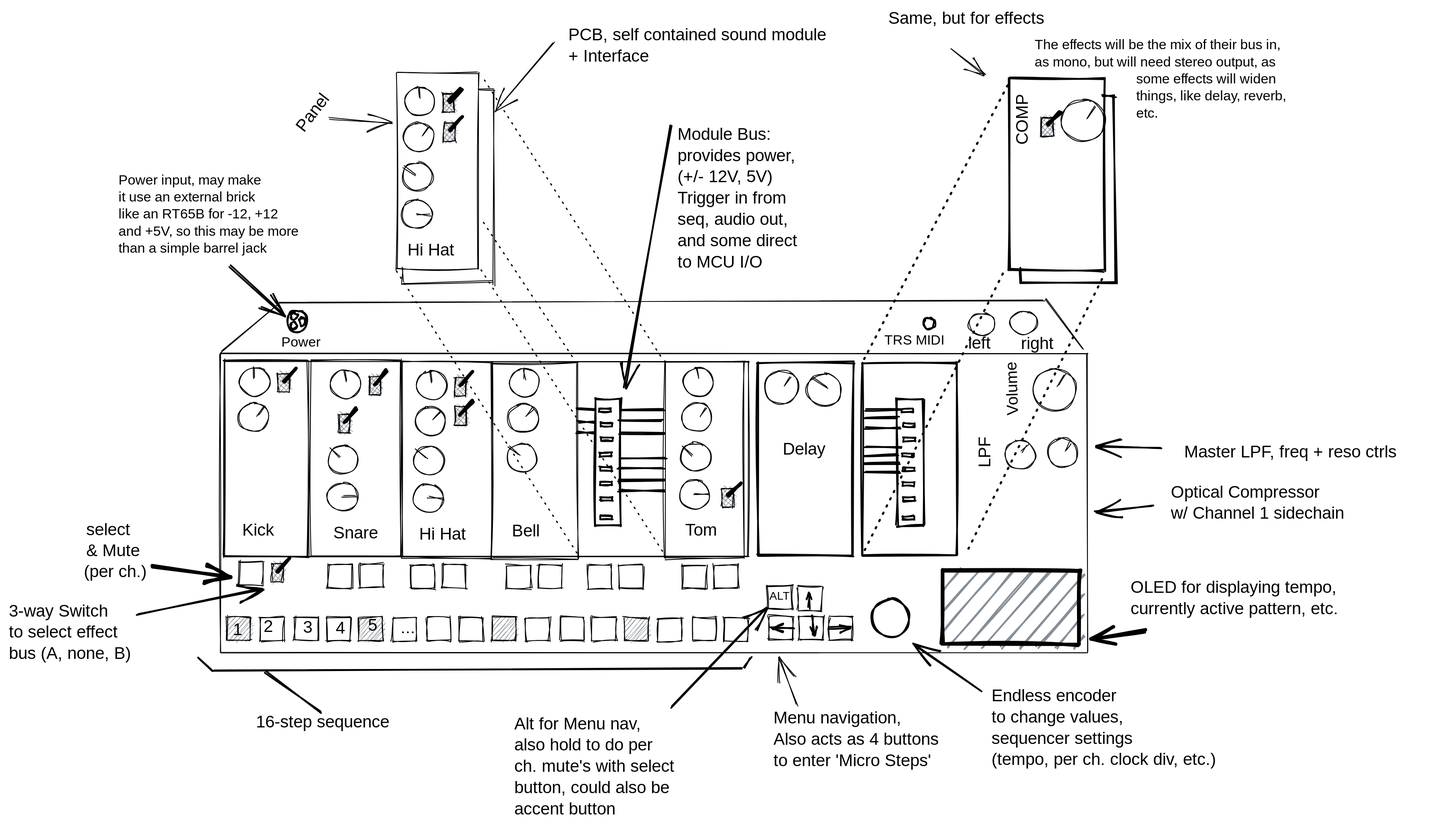
Earlier version of the Excalidraw export exclidraw.svg (VegaDeftwing/AnalogDrumMachine). Source tidied: one line per element, renumbered; positions are measured from the earlier drawing's top-left corner, leaving out a move shared by most shapes.
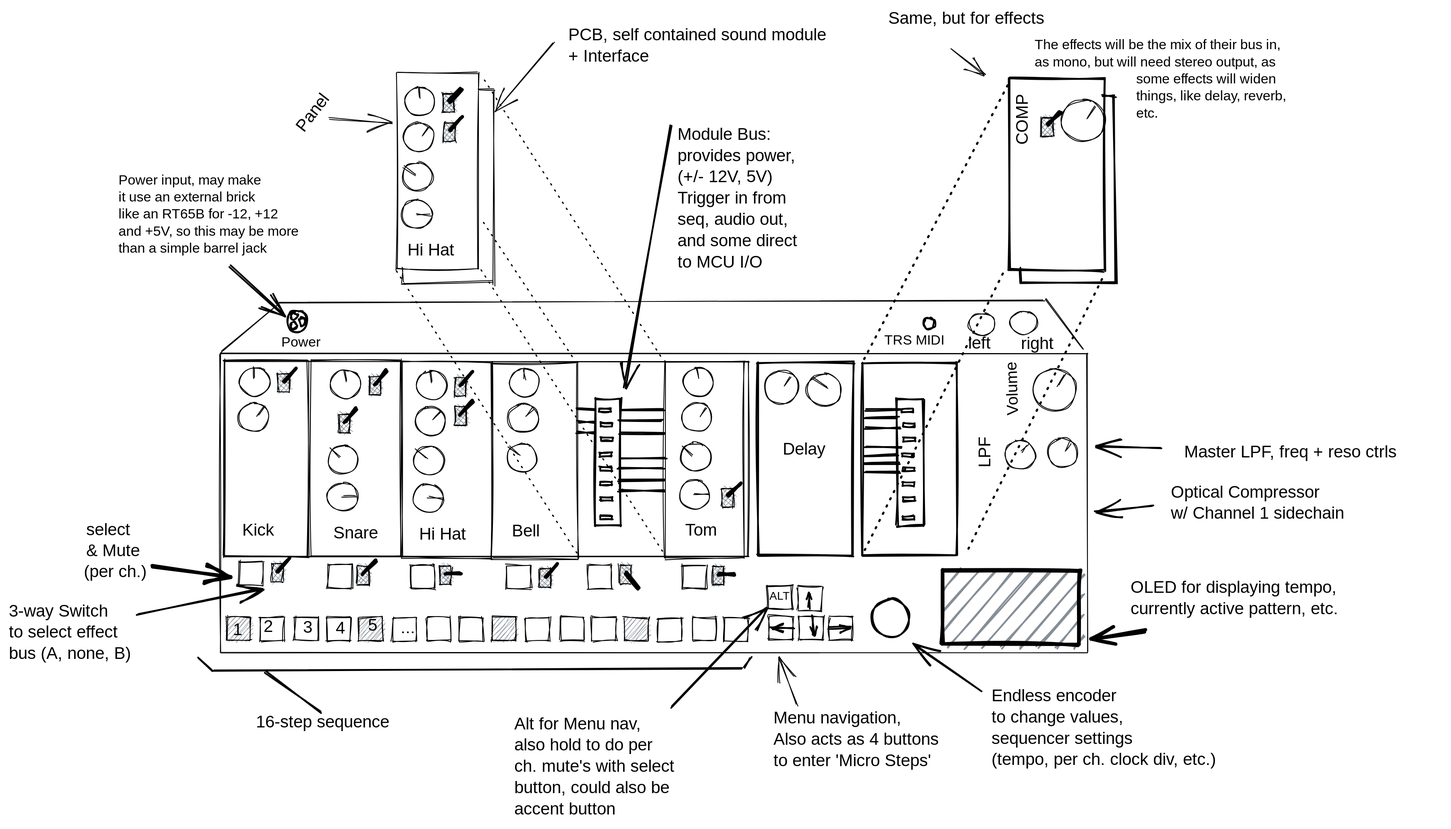
After the change.

Commit message:
quick mock up fix, again

Change to the diagram source:
```diff
@@ -65,15 +65,10 @@
 {"id": 64, "type": "text", "text": "Hi Hat", "strokeColor": "#000000", "backgroundColor": "#868e96", "fillStyle": "solid", "strokeWidth": 4, "roughness": 1, "fontSize": 20, "fontFamily": 1, "x": 468, "y": 272, "width": 61, "height": 25}
 {"id": 65, "type": "rectangle", "strokeColor": "#000000", "strokeWidth": 1, "roughness": 1, "x": 270, "y": 649, "width": 28, "height": 28}
 {"id": 66, "type": "rectangle", "strokeColor": "#000000", "strokeWidth": 1, "roughness": 1, "x": 374, "y": 652, "width": 28, "height": 28}
-{"id": 67, "type": "rectangle", "strokeColor": "#000000", "strokeWidth": 1, "roughness": 1, "x": 412, "y": 652, "width": 28, "height": 28}
 {"id": 68, "type": "rectangle", "strokeColor": "#000000", "strokeWidth": 1, "roughness": 1, "x": 472, "y": 653, "width": 28, "height": 28}
-{"id": 69, "type": "rectangle", "strokeColor": "#000000", "strokeWidth": 1, "roughness": 1, "x": 508, "y": 652, "width": 28, "height": 28}
 {"id": 70, "type": "rectangle", "strokeColor": "#000000", "strokeWidth": 1, "roughness": 1, "x": 584, "y": 654, "width": 28, "height": 28}
-{"id": 71, "type": "rectangle", "strokeColor": "#000000", "strokeWidth": 1, "roughness": 1, "x": 622, "y": 653, "width": 28, "height": 28}
 {"id": 72, "type": "rectangle", "strokeColor": "#000000", "strokeWidth": 1, "roughness": 1, "x": 680, "y": 654, "width": 28, "height": 28}
-{"id": 73, "type": "rectangle", "strokeColor": "#000000", "strokeWidth": 1, "roughness": 1, "x": 716, "y": 653, "width": 28, "height": 28}
 {"id": 74, "type": "rectangle", "strokeColor": "#000000", "strokeWidth": 1, "roughness": 1, "x": 791, "y": 654, "width": 28, "height": 28}
-{"id": 75, "type": "rectangle", "strokeColor": "#000000", "strokeWidth": 1, "roughness": 1, "x": 828, "y": 653, "width": 28, "height": 28}
 {"id": 76, "type": "arrow", "strokeColor": "#000000", "angle": 0.55, "backgroundColor": "#868e96", "fillStyle": "hachure", "strokeWidth": 4, "roughness": 1, "endArrowhead": "arrow", "from": 77, "to": 65, "x": 172, "y": 680, "width": 84, "height": 38, "points": [[0, 0], [84, -38]]}
 {"id": 77, "type": "text", "text": "select\n& Mute", "strokeColor": "#000000", "backgroundColor": "#868e96", "fillStyle": "hachure", "strokeWidth": 4, "roughness": 1, "fontSize": 20, "fontFamily": 1, "x": 91, "y": 600, "width": 74, "height": 50}
 {"id": 78, "type": "text", "text": "(per ch.)", "strokeColor": "#000000", "backgroundColor": "#868e96", "fillStyle": "hachure", "strokeWidth": 4, "roughness": 1, "fontSize": 20, "fontFamily": 1, "x": 88, "y": 650, "width": 80, "height": 25}
@@ -233,3 +228,13 @@
 {"id": 232, "type": "ellipse", "strokeColor": "#000000", "angle": 0.03, "strokeWidth": 2, "roughness": 1, "x": 1073, "y": 363, "width": 13, "height": 13}
 {"id": 233, "type": "text", "text": "TRS MIDI", "strokeColor": "#000000", "strokeWidth": 2, "roughness": 1, "fontSize": 16, "fontFamily": 1, "x": 1028, "y": 380, "width": 84, "height": 20}
 {"id": 234, "type": "text", "text": "Power", "strokeColor": "#000000", "strokeWidth": 2, "roughness": 1, "fontSize": 16, "fontFamily": 1, "x": 320, "y": 383, "width": 45, "height": 20}
+{"id": 235, "type": "rectangle", "strokeColor": "#000000", "backgroundColor": "#868e96", "fillStyle": "cross-hatch", "strokeWidth": 1, "roughness": 1, "x": 410, "y": 654, "width": 13, "height": 22}
+{"id": 236, "type": "line", "strokeColor": "#000000", "backgroundColor": "#868e96", "fillStyle": "solid", "strokeWidth": 4, "roughness": 1, "x": 417, "y": 663, "width": 14, "height": 15, "points": [[0, 0], [14, -15]]}
+{"id": 237, "type": "rectangle", "strokeColor": "#000000", "backgroundColor": "#868e96", "fillStyle": "cross-hatch", "strokeWidth": 1, "roughness": 1, "x": 506, "y": 654, "width": 13, "height": 22}
+{"id": 238, "type": "line", "strokeColor": "#000000", "backgroundColor": "#868e96", "fillStyle": "solid", "strokeWidth": 4, "roughness": 1, "x": 513, "y": 663, "width": 17, "height": 0, "points": [[0, 0], [17, 0]]}
+{"id": 239, "type": "rectangle", "strokeColor": "#000000", "backgroundColor": "#868e96", "fillStyle": "cross-hatch", "strokeWidth": 1, "roughness": 1, "x": 623, "y": 658, "width": 13, "height": 22}
+{"id": 240, "type": "line", "strokeColor": "#000000", "backgroundColor": "#868e96", "fillStyle": "solid", "strokeWidth": 4, "roughness": 1, "x": 630, "y": 667, "width": 14, "height": 15, "points": [[0, 0], [14, -15]]}
+{"id": 241, "type": "rectangle", "strokeColor": "#000000", "backgroundColor": "#868e96", "fillStyle": "cross-hatch", "strokeWidth": 1, "roughness": 1, "x": 717, "y": 654, "width": 13, "height": 22}
+{"id": 242, "type": "line", "strokeColor": "#000000", "backgroundColor": "#868e96", "fillStyle": "solid", "strokeWidth": 4, "roughness": 1, "x": 724, "y": 663, "width": 16, "height": 18, "points": [[0, 0], [16, 18]]}
+{"id": 243, "type": "rectangle", "strokeColor": "#000000", "backgroundColor": "#868e96", "fillStyle": "cross-hatch", "strokeWidth": 1, "roughness": 1, "x": 826, "y": 655, "width": 13, "height": 22}
+{"id": 244, "type": "line", "strokeColor": "#000000", "backgroundColor": "#868e96", "fillStyle": "solid", "strokeWidth": 4, "roughness": 1, "x": 833, "y": 664, "width": 18, "height": 0, "points": [[0, 0], [18, 0]]}
```
